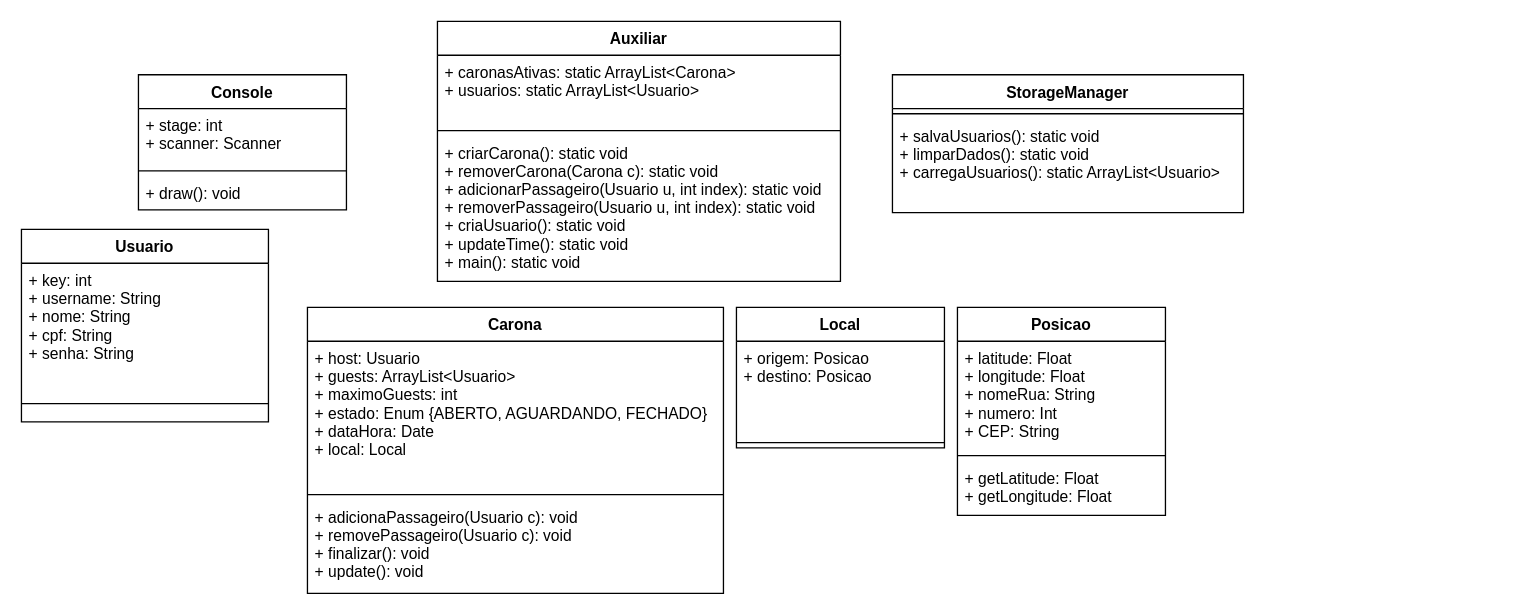
The draw.io diagram CaronAPP - Diagrama.drawio in sricardov/CaronAPP, before the edit. Source tidied: cells renumbered, new cells numbered last; positions are measured from the earlier drawing's top-left corner, leaving out a move shared by most shapes. Both pictures are drawn from the tidied source at 130%, with x=0, y=0 at pixel (21, 21).
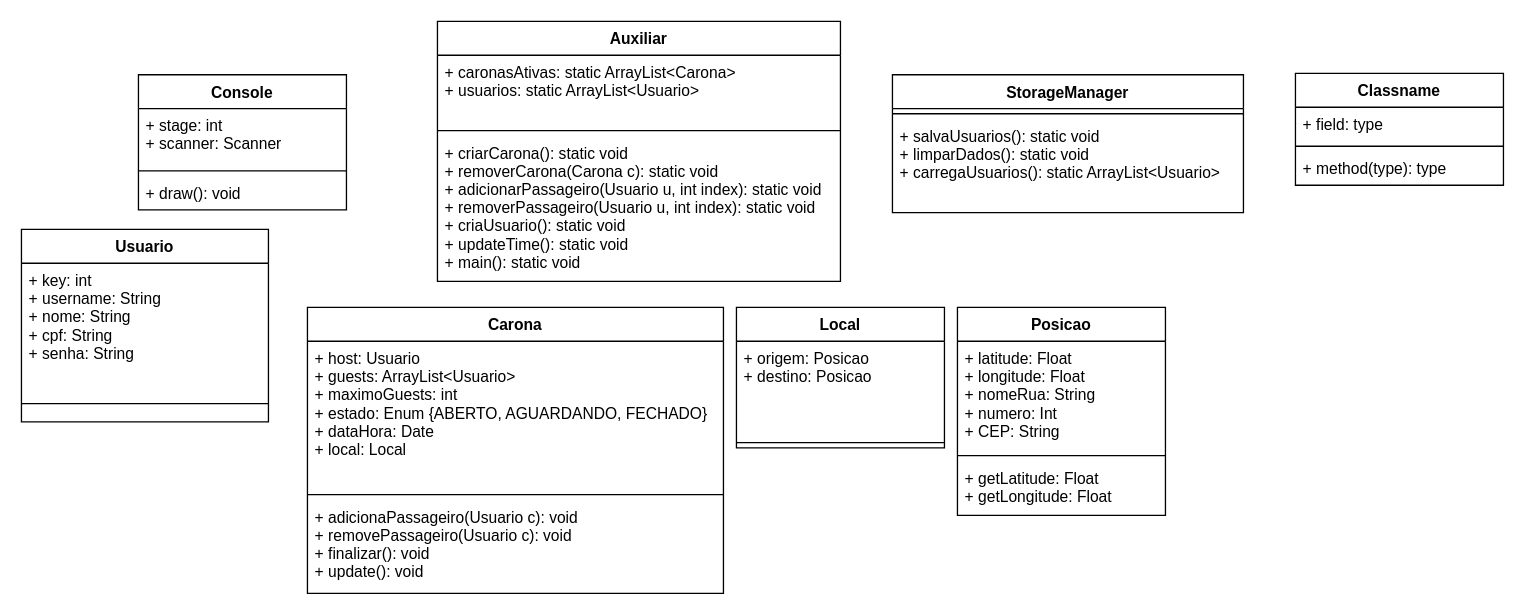
Above is the later version.

Commit message:
Usuario em diagrama de classes modificado

The edit, as a diff of the source:
```diff
@@
+    <mxCell id="27" value="Classname" style="swimlane;fontStyle=1;align=center;verticalAlign=top;horizontal=1;startSize=26;" parent="1" vertex="1">
+      <mxGeometry x="980" y="40" width="160" height="86" as="geometry" />
+    </mxCell>
+    <mxCell id="28" value="+ field: type" style="text;strokeColor=none;fillColor=none;align=left;verticalAlign=top;spacingLeft=4;spacingRight=4;overflow=hidden;" parent="27" vertex="1">
+      <mxGeometry y="26" width="160" height="26" as="geometry" />
+    </mxCell>
+    <mxCell id="29" style="line;strokeWidth=1;fillColor=none;align=left;verticalAlign=middle;spacingTop=-1;spacingLeft=3;spacingRight=3;labelPosition=right;" parent="27" vertex="1">
+      <mxGeometry y="52" width="160" height="8" as="geometry" />
+    </mxCell>
+    <mxCell id="30" value="+ method(type): type" style="text;strokeColor=none;fillColor=none;align=left;verticalAlign=top;spacingLeft=4;spacingRight=4;overflow=hidden;" parent="27" vertex="1">
+      <mxGeometry y="60" width="160" height="26" as="geometry" />
+    </mxCell>
```
